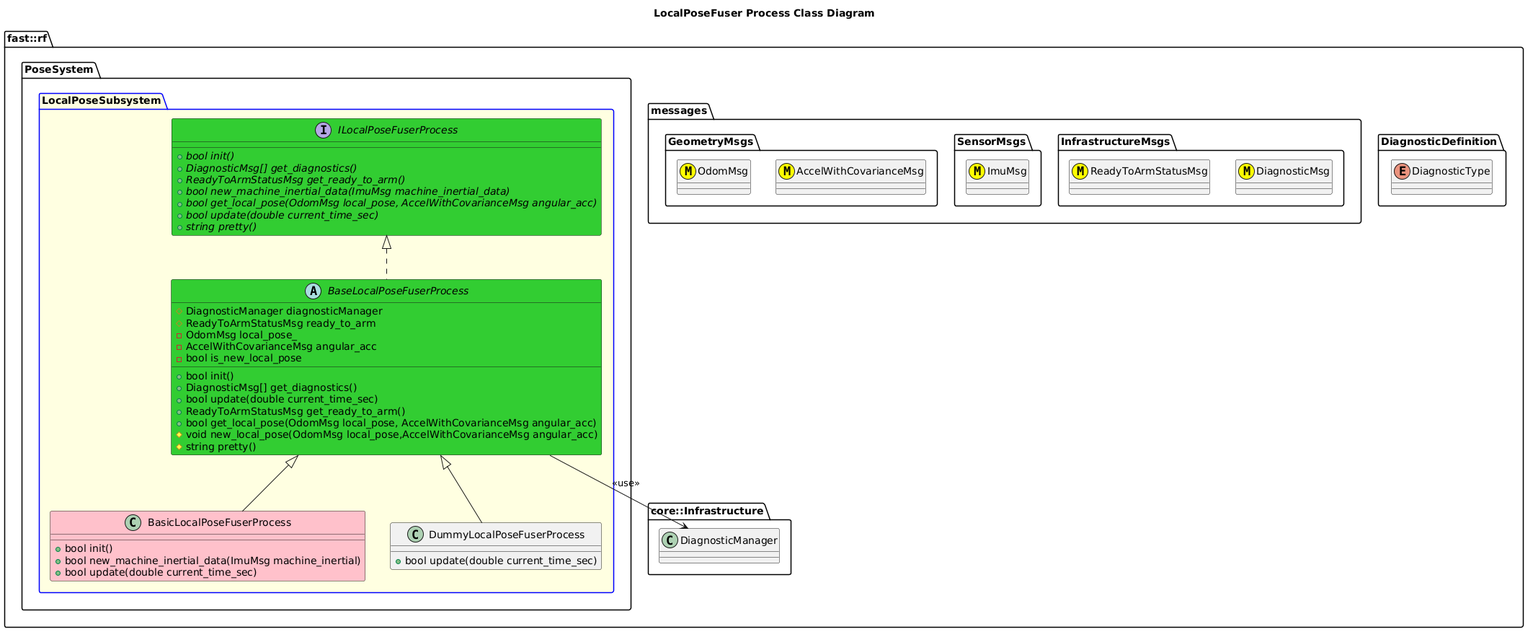
This is Systems/Pose/Subsystems/LocalPose/Processes/LocalPoseFuser/doc/puml/LocalPoseFuserProcessClassDiagram.png from fastrobotics/robot_framework, a PlantUML export, as it was before one commit.
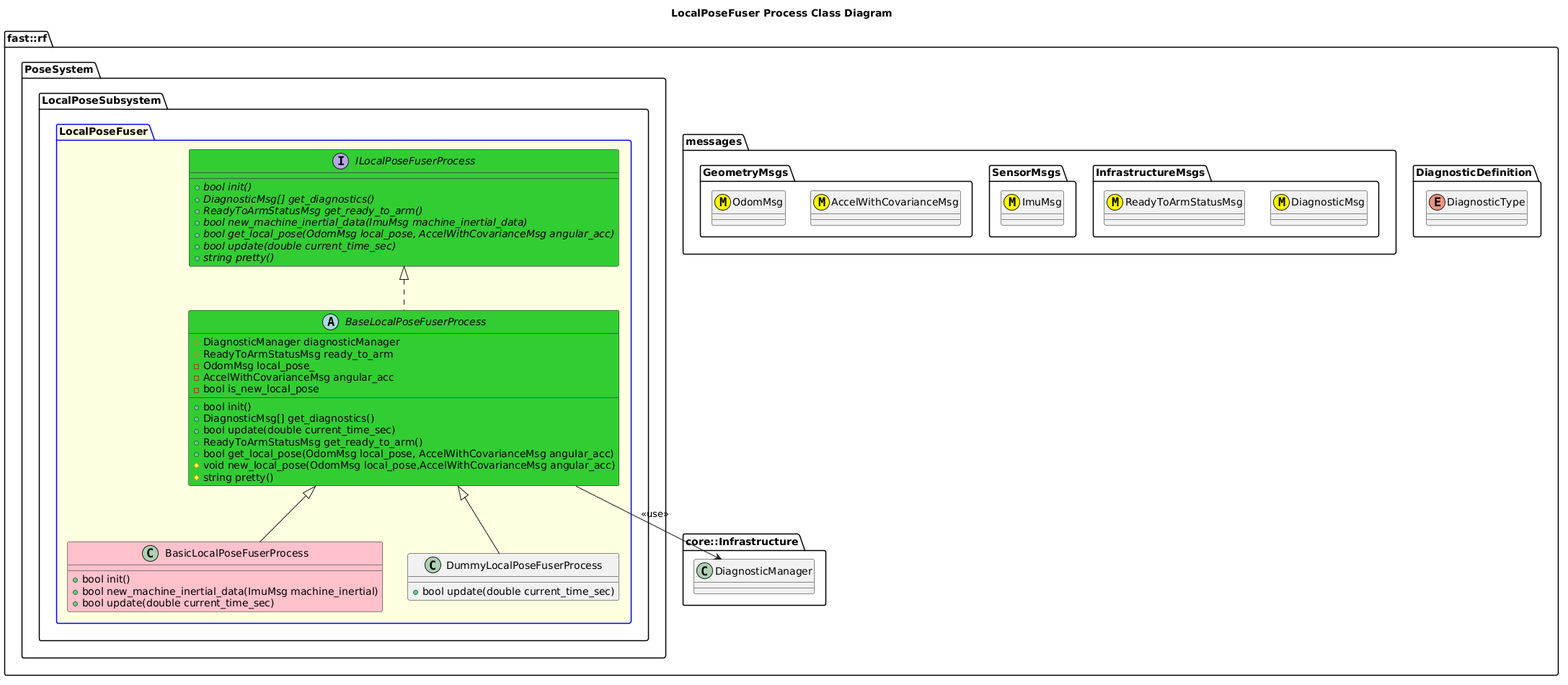
After the change.

Diff of the diagram source:
```diff
@@ -22,7 +22,8 @@
     class DiagnosticManager
   }
   namespace PoseSystem {
-    package LocalPoseSubsystem #LightYellow;line:blue {
+    namespace LocalPoseSubsystem {
+      package LocalPoseFuser #LightYellow;line:blue {
         interface ILocalPoseFuserProcess #LimeGreen  {
           +{abstract} bool init()
           +{abstract} DiagnosticMsg[] get_diagnostics()
```
